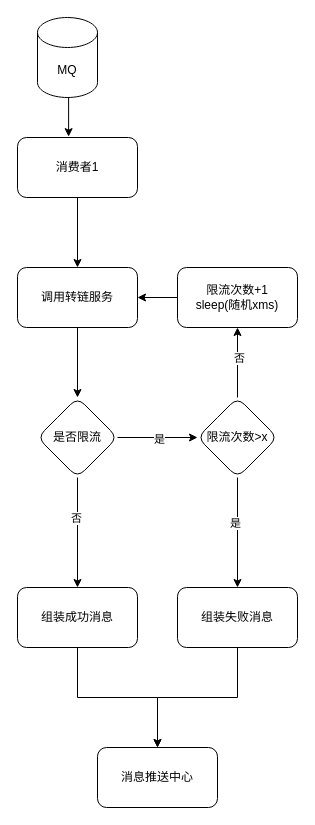
This is miyuan/云发单转链速度降低.drawio from smallleaf/draw.io, a draw.io file, before an edit. Source tidied: cells renumbered, new cells numbered last; positions are measured from the earlier drawing's top-left corner, leaving out a move shared by most shapes. Both pictures are drawn from the tidied source at 100%, with x=0, y=0 at pixel (17, 17).
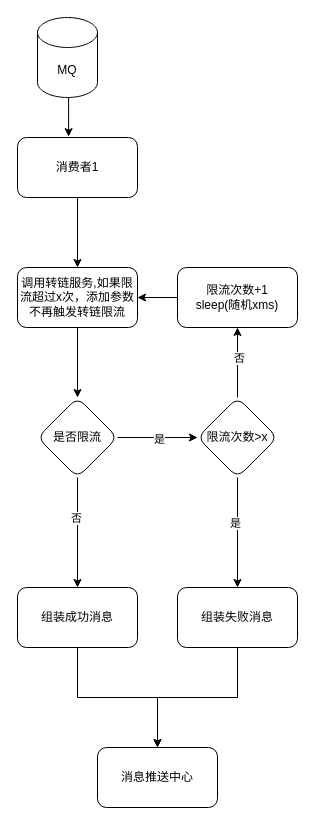
After the change.

Commit message (it also covers changes not shown here):
更新云发单转链速度降低.drawio

Diff of the diagram source:
```diff
@@
-    <mxCell id="7" value="调用转链服务" style="rounded=1;whiteSpace=wrap;html=1;" parent="1" vertex="1">
+    <mxCell id="7" value="调用转链服务,如果限流超过x次，添加参数不再触发转链限流" style="rounded=1;whiteSpace=wrap;html=1;" parent="1" vertex="1">
       <mxGeometry y="250" width="120" height="60" as="geometry" />
     </mxCell>
```
